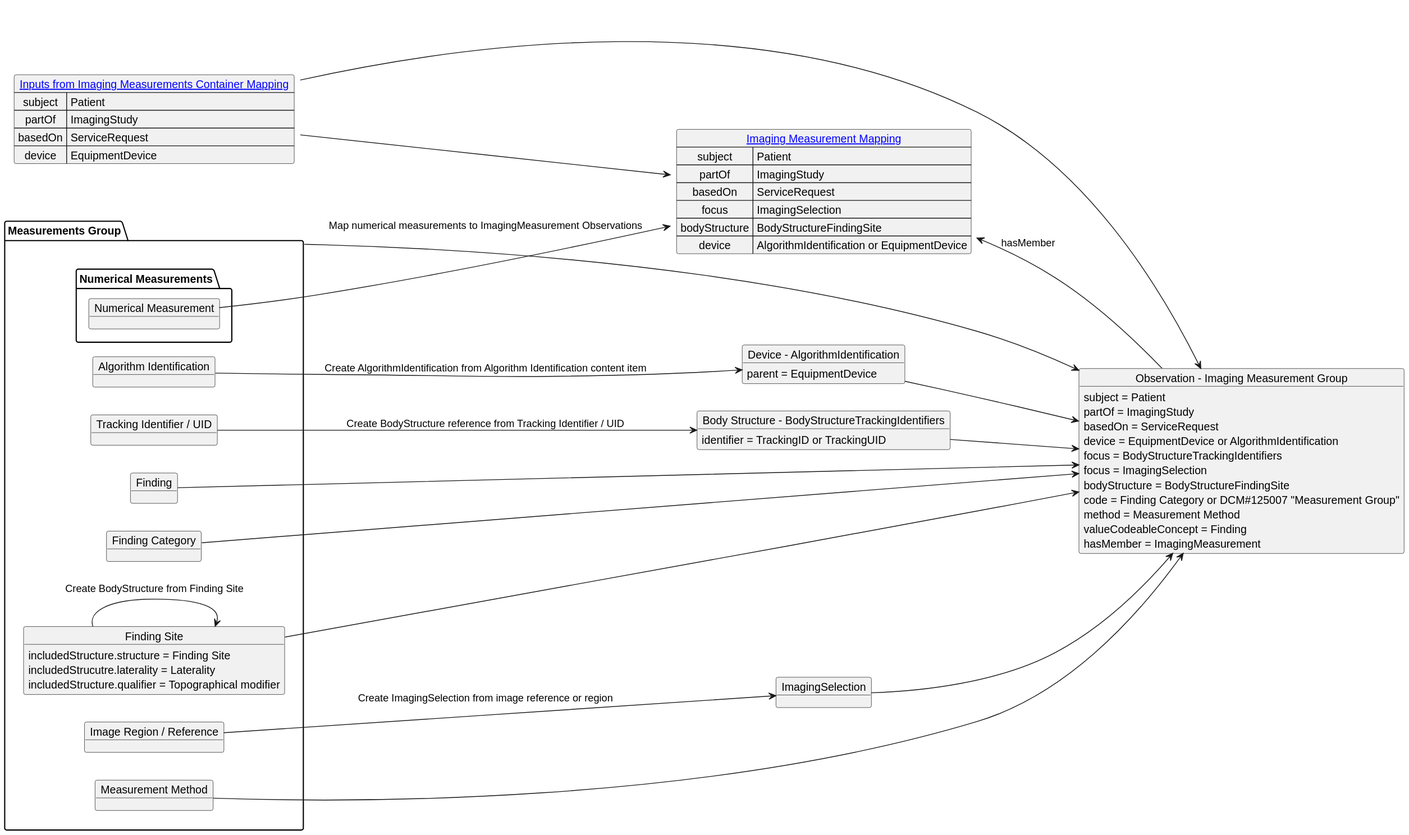
HL7/dicom-sr keeps this PlantUML diagram as input/images/imaging_measurement_group_mapping.svg. Above is the earlier version.
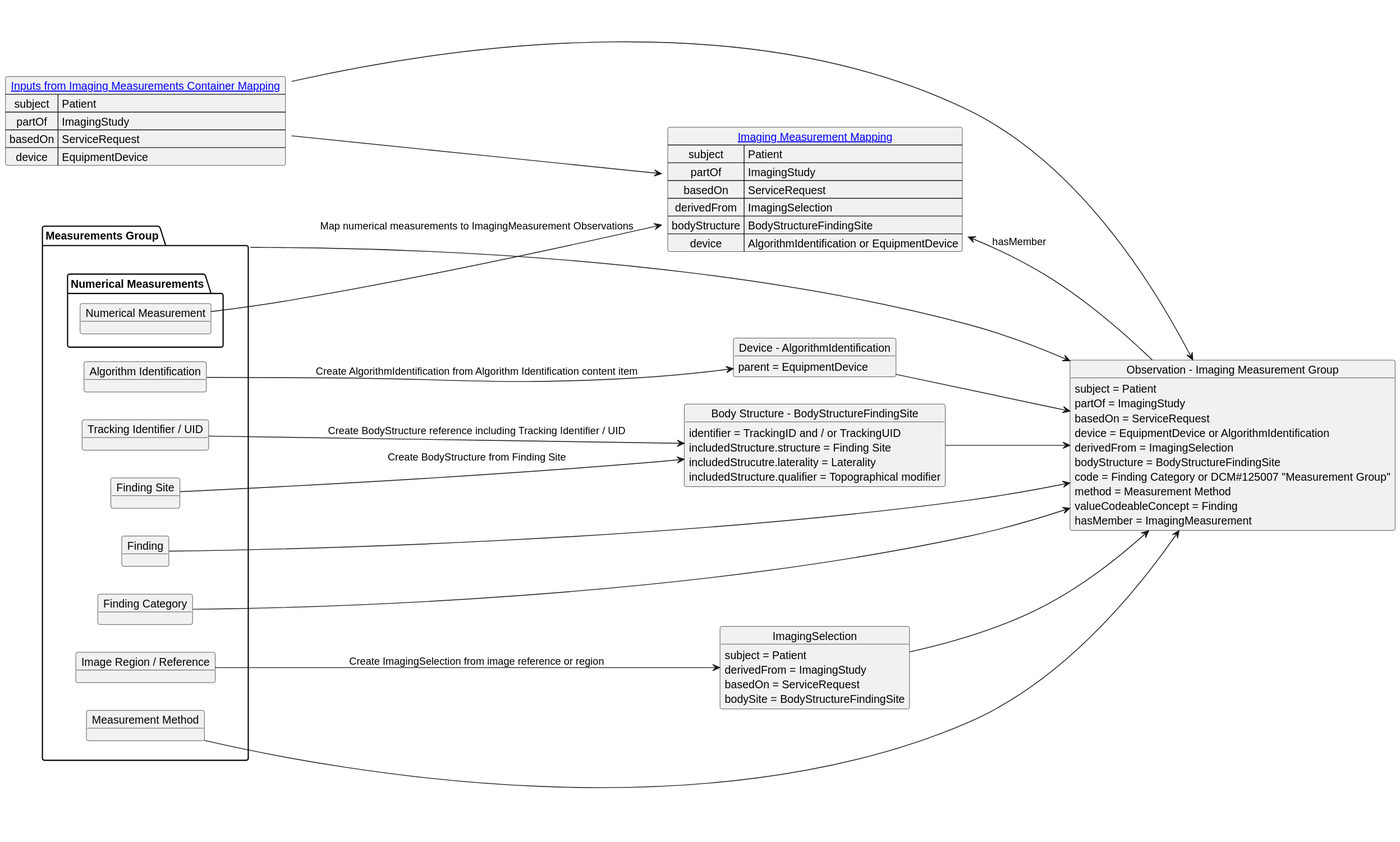
Above is the later version.

Change to the diagram source:
```diff
@@ -13,7 +13,7 @@
    object "Tracking Identifier / UID" as tracking
    object "Finding" as finding
    object "Finding Category" as findingCategory
-   object "Finding Site" as BodyStructureFindingSite
+   object "Finding Site" as findingSite
    object "Image Region / Reference" as imageRegion
    object "Measurement Method" as method
    package "Numerical Measurements" {
@@ -25,25 +25,26 @@
     parent = EquipmentDevice
 }
 
-object "Body Structure - BodyStructureTrackingIdentifiers" as TrackingBodyStructure {
-    identifier = TrackingID or TrackingUID
-}
-
 object "Body Structure - BodyStructureFindingSite" as BodyStructureFindingSite {
+    identifier = TrackingID and / or TrackingUID
     includedStructure.structure = Finding Site
     includedStrucutre.laterality = Laterality
     includedStructure.qualifier = Topographical modifier
 }
 
-object ImagingSelection
+object ImagingSelection {
+        subject = Patient
+        derivedFrom = ImagingStudy
+        basedOn = ServiceRequest
+        bodySite = BodyStructureFindingSite
+}
 
 object "Observation - Imaging Measurement Group" as imagingMeasurementGroup {
     subject = Patient
     partOf = ImagingStudy
     basedOn = ServiceRequest
     device = EquipmentDevice or AlgorithmIdentification
-    focus = BodyStructureTrackingIdentifiers
-    focus = ImagingSelection
+    derivedFrom = ImagingSelection
     bodyStructure = BodyStructureFindingSite
     code = Finding Category or DCM#125007 "Measurement Group"
     method = Measurement Method
@@ -55,20 +56,18 @@
     subject => Patient
     partOf => ImagingStudy
     basedOn => ServiceRequest
-    focus => TrackingBodyStructure
-    focus => ImagingSelection
+    derivedFrom => ImagingSelection
     bodyStructure => BodyStructureFindingSite
     device => AlgorithmIdentification or EquipmentDevice
 }
 
 algorithm --> AlgorithmIdentification: Create AlgorithmIdentification from Algorithm Identification content item
-tracking --> TrackingBodyStructure: Create BodyStructure reference from Tracking Identifier / UID
-BodyStructureFindingSite --> BodyStructureFindingSite: Create BodyStructure from Finding Site
+tracking --> BodyStructureFindingSite: Create BodyStructure reference including Tracking Identifier / UID
+findingSite --> BodyStructureFindingSite: Create BodyStructure from Finding Site
 imageRegion --> ImagingSelection: Create ImagingSelection from image reference or region
 
 inputs --> imagingMeasurementGroup
 AlgorithmIdentification --> imagingMeasurementGroup
-TrackingBodyStructure --> imagingMeasurementGroup
 finding --> imagingMeasurementGroup
 findingCategory --> imagingMeasurementGroup
 BodyStructureFindingSite --> imagingMeasurementGroup
```
